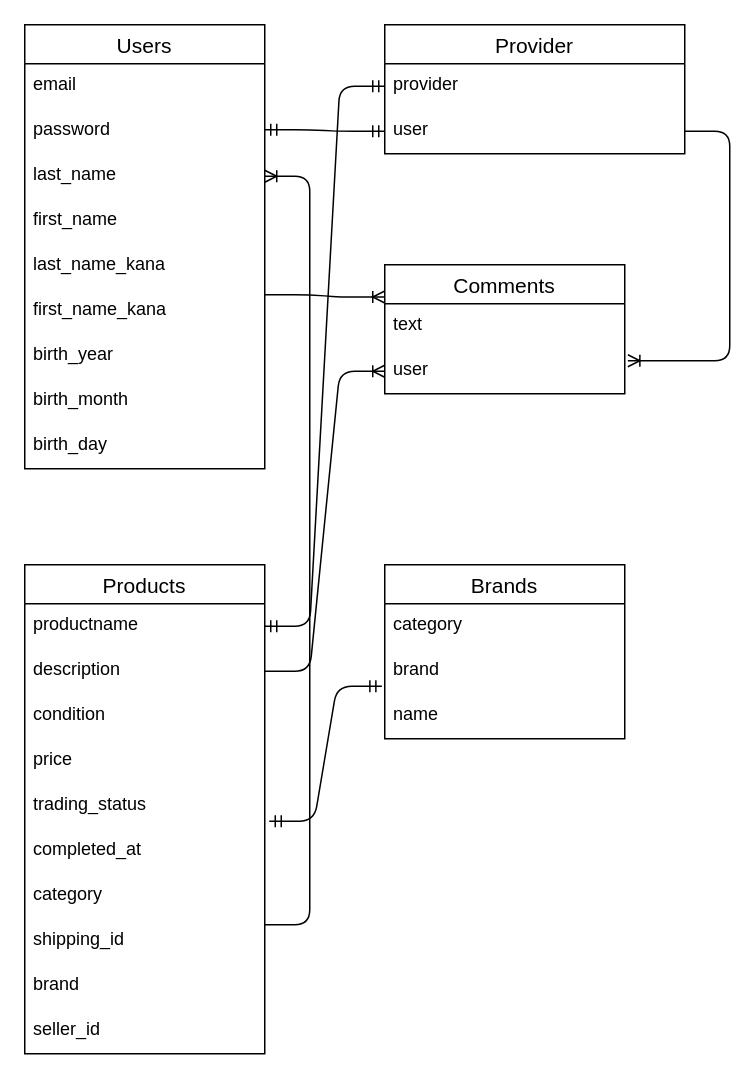
Above: ER.dio in on102-yamauchi-kazuhiro/furima-35937 (draw.io), before the change. Source tidied: cells renumbered, new cells numbered last; positions are measured from the earlier drawing's top-left corner, leaving out a move shared by most shapes. Both pictures are drawn from the tidied source at 150%, with x=0, y=0 at pixel (24, 24).
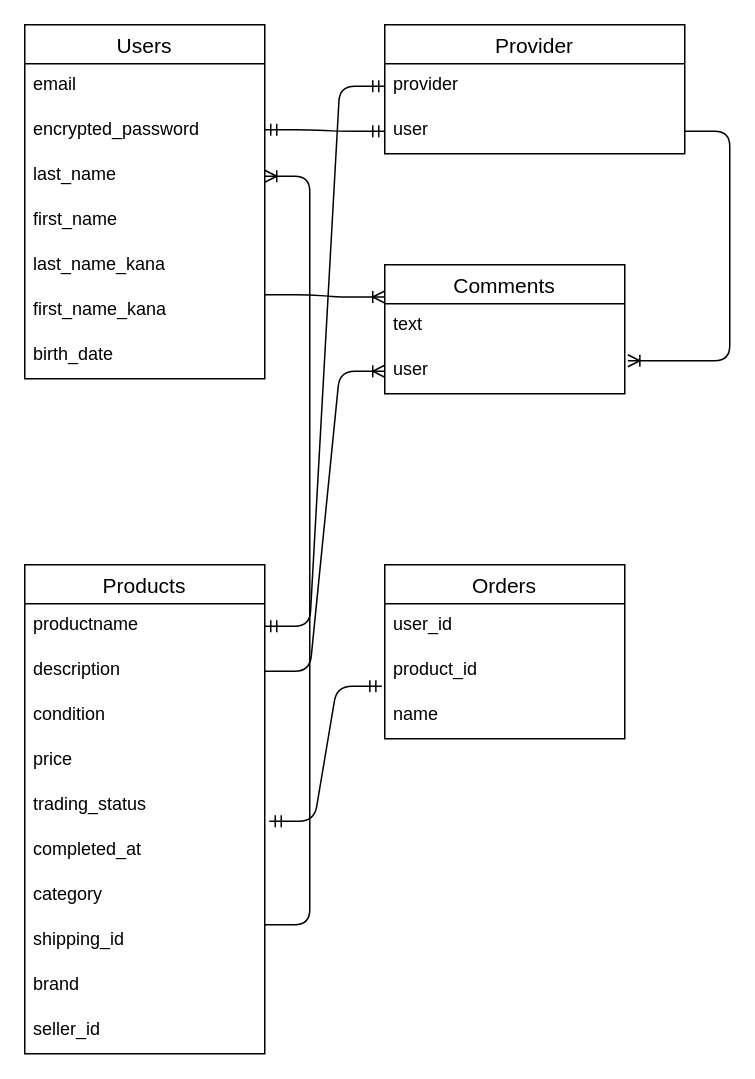
The same diagram, later.

Commit message (it also covers changes not shown here):
テーブル設計の修正1

What changed in the source:
```diff
@@
     <mxCell id="2" value="Users" style="swimlane;fontStyle=0;horizontal=1;startSize=26;align=center;fontSize=14;" parent="1" vertex="1">
-      <mxGeometry width="160" height="296" as="geometry" />
+      <mxGeometry width="160" height="236" as="geometry" />
     </mxCell>
@@
-    <mxCell id="4" value="password" style="text;strokeColor=none;fillColor=none;spacingLeft=4;spacingRight=4;overflow=hidden;fontSize=12;" parent="2" vertex="1">
+    <mxCell id="4" value="encrypted_password" style="text;strokeColor=none;fillColor=none;spacingLeft=4;spacingRight=4;overflow=hidden;fontSize=12;" parent="2" vertex="1">
       <mxGeometry y="56" width="160" height="30" as="geometry" />
     </mxCell>
@@
-    <mxCell id="9" value="birth_year" style="text;strokeColor=none;fillColor=none;spacingLeft=4;spacingRight=4;overflow=hidden;fontSize=12;" parent="2" vertex="1">
+    <mxCell id="9" value="birth_date" style="text;strokeColor=none;fillColor=none;spacingLeft=4;spacingRight=4;overflow=hidden;fontSize=12;" parent="2" vertex="1">
       <mxGeometry y="206" width="160" height="30" as="geometry" />
     </mxCell>
-    <mxCell id="10" value="birth_month" style="text;strokeColor=none;fillColor=none;spacingLeft=4;spacingRight=4;overflow=hidden;fontSize=12;" parent="2" vertex="1">
-      <mxGeometry y="236" width="160" height="30" as="geometry" />
-    </mxCell>
-    <mxCell id="11" value="birth_day" style="text;strokeColor=none;fillColor=none;spacingLeft=4;spacingRight=4;overflow=hidden;fontSize=12;" parent="2" vertex="1">
-      <mxGeometry y="266" width="160" height="30" as="geometry" />
-    </mxCell>
@@
-    <mxCell id="29" value="Brands" style="swimlane;fontStyle=0;horizontal=1;startSize=26;align=center;fontSize=14;" parent="1" vertex="1">
+    <mxCell id="29" value="Orders" style="swimlane;fontStyle=0;horizontal=1;startSize=26;align=center;fontSize=14;" parent="1" vertex="1">
       <mxGeometry x="240" y="360" width="160" height="116" as="geometry" />
     </mxCell>
-    <mxCell id="30" value="category" style="text;strokeColor=none;fillColor=none;spacingLeft=4;spacingRight=4;overflow=hidden;fontSize=12;" parent="29" vertex="1">
+    <mxCell id="30" value="user_id" style="text;strokeColor=none;fillColor=none;spacingLeft=4;spacingRight=4;overflow=hidden;fontSize=12;" parent="29" vertex="1">
       <mxGeometry y="26" width="160" height="30" as="geometry" />
     </mxCell>
-    <mxCell id="31" value="brand" style="text;strokeColor=none;fillColor=none;spacingLeft=4;spacingRight=4;overflow=hidden;fontSize=12;" parent="29" vertex="1">
+    <mxCell id="31" value="product_id" style="text;strokeColor=none;fillColor=none;spacingLeft=4;spacingRight=4;overflow=hidden;fontSize=12;" parent="29" vertex="1">
       <mxGeometry y="56" width="160" height="30" as="geometry" />
     </mxCell>
```
